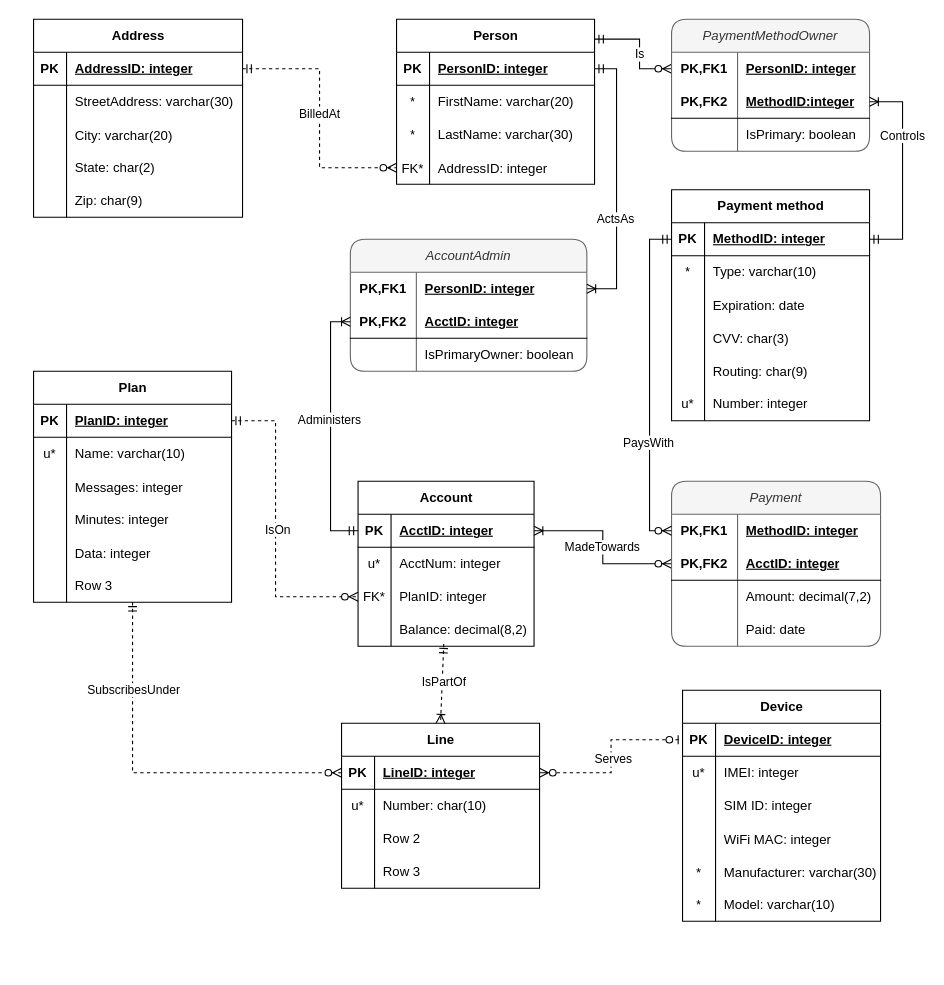
Above: cell-phone.drawio in phbrownacmorg/csc305fa26 (draw.io), before the change. Source tidied: cells renumbered, new cells numbered last; positions are measured from the earlier drawing's top-left corner, leaving out a move shared by most shapes. Both pictures are drawn from the tidied source at 110%, with x=0, y=0 at pixel (33, 19).
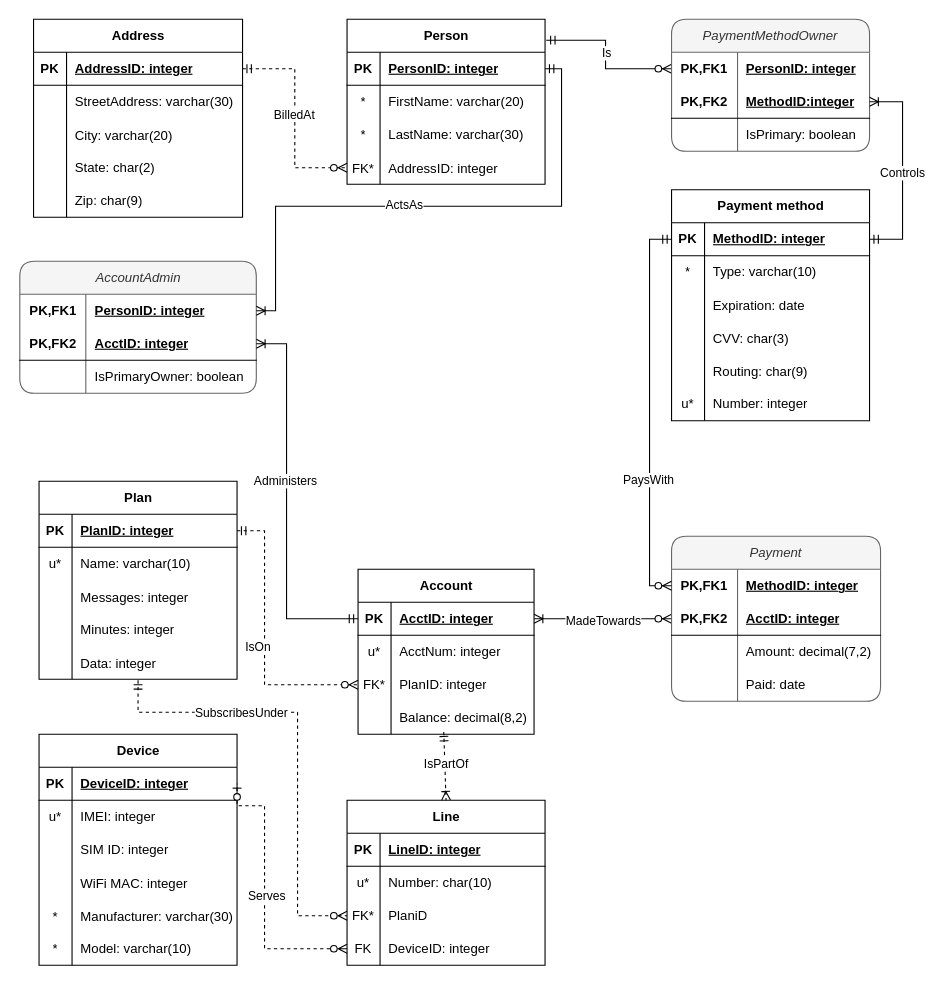
The same diagram, later.

Commit message (it also covers changes not shown here):
Setup for 10/8 class

The change refers to these unchanged cells:
```xml
<mxCell id="3" style="shape=tableRow;horizontal=0;startSize=0;swimlaneHead=0;swimlaneBody=0;fillColor=none;points=[[0,0.5],[1,0.5]];portConstraint=eastwest;top=0;left=0;right=0;bottom=1;" parent="2" vertex="1">
  <mxGeometry y="30" width="180" height="30" as="geometry" />
</mxCell>
<mxCell id="9" style="shape=tableRow;horizontal=0;startSize=0;swimlaneHead=0;swimlaneBody=0;fillColor=none;points=[[0,0.5],[1,0.5]];portConstraint=eastwest;top=0;left=0;right=0;bottom=0;" parent="2" vertex="1">
  <mxGeometry y="90" width="180" height="30" as="geometry" />
</mxCell>
<mxCell id="12" style="shape=tableRow;horizontal=0;startSize=0;swimlaneHead=0;swimlaneBody=0;fillColor=none;points=[[0,0.5],[1,0.5]];portConstraint=eastwest;top=0;left=0;right=0;bottom=0;" parent="2" vertex="1">
  <mxGeometry y="120" width="180" height="30" as="geometry" />
</mxCell>
<mxCell id="16" style="shape=tableRow;horizontal=0;startSize=0;swimlaneHead=0;swimlaneBody=0;fillColor=none;points=[[0,0.5],[1,0.5]];portConstraint=eastwest;top=0;left=0;right=0;bottom=1;" parent="15" vertex="1">
  <mxGeometry y="30" width="160" height="30" as="geometry" />
</mxCell>
<mxCell id="22" style="shape=tableRow;horizontal=0;startSize=0;swimlaneHead=0;swimlaneBody=0;fillColor=none;points=[[0,0.5],[1,0.5]];portConstraint=eastwest;top=0;left=0;right=0;bottom=0;" parent="15" vertex="1">
  <mxGeometry y="90" width="160" height="30" as="geometry" />
</mxCell>
<mxCell id="31" style="shape=tableRow;horizontal=0;startSize=0;swimlaneHead=0;swimlaneBody=0;fillColor=none;points=[[0,0.5],[1,0.5]];portConstraint=eastwest;top=0;left=0;right=0;bottom=1;" parent="30" vertex="1">
  <mxGeometry y="30" width="180" height="30" as="geometry" />
</mxCell>
<mxCell id="44" style="shape=tableRow;horizontal=0;startSize=0;swimlaneHead=0;swimlaneBody=0;fillColor=none;points=[[0,0.5],[1,0.5]];portConstraint=eastwest;top=0;left=0;right=0;bottom=1;" parent="43" vertex="1">
  <mxGeometry y="30" width="180" height="30" as="geometry" />
</mxCell>
<mxCell id="67" style="shape=tableRow;horizontal=0;startSize=0;swimlaneHead=0;swimlaneBody=0;fillColor=none;points=[[0,0.5],[1,0.5]];portConstraint=eastwest;top=0;left=0;right=0;bottom=1;" parent="66" vertex="1">
  <mxGeometry y="30" width="180" height="30" as="geometry" />
</mxCell>
<mxCell id="79" style="shape=tableRow;horizontal=0;startSize=0;swimlaneHead=0;swimlaneBody=0;fillColor=none;points=[[0,0.5],[1,0.5]];portConstraint=eastwest;top=0;left=0;right=0;bottom=0;" parent="66" vertex="1">
  <mxGeometry y="150" width="180" height="30" as="geometry" />
</mxCell>
<mxCell id="88" style="shape=tableRow;horizontal=0;startSize=0;swimlaneHead=0;swimlaneBody=0;fillColor=none;points=[[0,0.5],[1,0.5]];portConstraint=eastwest;top=0;left=0;right=0;bottom=1;" parent="87" vertex="1">
  <mxGeometry y="30" width="180" height="30" as="geometry" />
</mxCell>
<mxCell id="129" style="shape=tableRow;horizontal=0;startSize=0;swimlaneHead=0;swimlaneBody=0;fillColor=none;points=[[0,0.5],[1,0.5]];portConstraint=eastwest;top=0;left=0;right=0;bottom=0;html=1;" parent="128" vertex="1">
  <mxGeometry y="30" width="180" height="30" as="geometry" />
</mxCell>
<mxCell id="138" style="edgeStyle=entityRelationEdgeStyle;fontSize=12;html=1;endArrow=ERoneToMany;startArrow=ERmandOne;rounded=0;entryX=1;entryY=0.5;entryDx=0;entryDy=0;exitX=1;exitY=0.5;exitDx=0;exitDy=0;startFill=0;" parent="1" edge="1" source="44" target="132">
  <mxGeometry relative="1" as="geometry" />
</mxCell>
<mxCell id="141" style="shape=tableRow;horizontal=0;startSize=0;swimlaneHead=0;swimlaneBody=0;fillColor=none;points=[[0,0.5],[1,0.5]];portConstraint=eastwest;top=0;left=0;right=0;bottom=0;html=1;" parent="140" vertex="1">
  <mxGeometry y="30" width="215" height="30" as="geometry" />
</mxCell>
<mxCell id="144" style="shape=tableRow;horizontal=0;startSize=0;swimlaneHead=0;swimlaneBody=0;fillColor=none;points=[[0,0.5],[1,0.5]];portConstraint=eastwest;top=0;left=0;right=0;bottom=1;html=1;" parent="140" vertex="1">
  <mxGeometry y="60" width="215" height="30" as="geometry" />
</mxCell>
<mxCell id="155" style="shape=tableRow;horizontal=0;startSize=0;swimlaneHead=0;swimlaneBody=0;fillColor=none;points=[[0,0.5],[1,0.5]];portConstraint=eastwest;top=0;left=0;right=0;bottom=0;html=1;" parent="154" vertex="1">
  <mxGeometry y="30" width="190" height="30" as="geometry" />
</mxCell>
```

Change to the diagram source:
```diff
@@
     <mxCell id="2" value="Line" style="shape=table;startSize=30;childLayout=tableLayout;rowLines=0;fontStyle=1;align=center;html=1;" parent="1" vertex="1">
-      <mxGeometry x="280" y="640" width="180" height="150" as="geometry" />
+      <mxGeometry x="285" y="710" width="180" height="150" as="geometry" />
     </mxCell>
@@
-    <mxCell id="10" style="shape=partialRectangle;fillColor=none;top=0;left=0;bottom=0;right=0;overflow=hidden;whiteSpace=wrap;html=1;" parent="9" vertex="1">
+    <mxCell id="10" value="FK*" style="shape=partialRectangle;fillColor=none;top=0;left=0;bottom=0;right=0;overflow=hidden;whiteSpace=wrap;html=1;" parent="9" vertex="1">
       <mxGeometry width="30" height="30" as="geometry" />
     </mxCell>
-    <mxCell id="11" value="Row 2" style="shape=partialRectangle;fillColor=none;top=0;left=0;bottom=0;right=0;align=left;spacingLeft=6;overflow=hidden;whiteSpace=wrap;html=1;" parent="9" vertex="1">
+    <mxCell id="11" value="PlaniD" style="shape=partialRectangle;fillColor=none;top=0;left=0;bottom=0;right=0;align=left;spacingLeft=6;overflow=hidden;whiteSpace=wrap;html=1;" parent="9" vertex="1">
       <mxGeometry x="30" width="150" height="30" as="geometry" />
     </mxCell>
@@
-    <mxCell id="13" style="shape=partialRectangle;fillColor=none;top=0;left=0;bottom=0;right=0;overflow=hidden;whiteSpace=wrap;html=1;" parent="12" vertex="1">
+    <mxCell id="13" value="FK" style="shape=partialRectangle;fillColor=none;top=0;left=0;bottom=0;right=0;overflow=hidden;whiteSpace=wrap;html=1;" parent="12" vertex="1">
       <mxGeometry width="30" height="30" as="geometry" />
     </mxCell>
-    <mxCell id="14" value="Row 3" style="shape=partialRectangle;fillColor=none;top=0;left=0;bottom=0;right=0;align=left;spacingLeft=6;overflow=hidden;whiteSpace=wrap;html=1;" parent="12" vertex="1">
+    <mxCell id="14" value="DeviceID: integer" style="shape=partialRectangle;fillColor=none;top=0;left=0;bottom=0;right=0;align=left;spacingLeft=6;overflow=hidden;whiteSpace=wrap;html=1;" parent="12" vertex="1">
       <mxGeometry x="30" width="150" height="30" as="geometry" />
     </mxCell>
     <mxCell id="15" value="Account" style="shape=table;startSize=30;childLayout=tableLayout;rowLines=0;fontStyle=1;align=center;html=1;" parent="1" vertex="1">
-      <mxGeometry x="295" y="420" width="160" height="150" as="geometry" />
+      <mxGeometry x="295" y="500" width="160" height="150" as="geometry" />
     </mxCell>
@@
     <mxCell id="30" value="Person" style="shape=table;startSize=30;childLayout=tableLayout;rowLines=0;fontStyle=1;align=center;html=1;" parent="1" vertex="1">
-      <mxGeometry x="330" width="180" height="150" as="geometry" />
+      <mxGeometry x="285" width="180" height="150" as="geometry" />
     </mxCell>
@@
-    <mxCell id="64" style="fontSize=12;html=1;endArrow=ERmandOne;startArrow=ERzeroToMany;rounded=0;exitX=0;exitY=0.5;exitDx=0;exitDy=0;entryX=0.995;entryY=0.121;entryDx=0;entryDy=0;endFill=0;entryPerimeter=0;edgeStyle=orthogonalEdgeStyle;" parent="1" edge="1" source="129">
-      <mxGeometry relative="1" as="geometry">
-        <mxPoint x="510" y="18.1" as="targetPoint" />
+    <mxCell id="64" style="fontSize=12;html=1;endArrow=ERmandOne;startArrow=ERzeroToMany;rounded=0;exitX=0;exitY=0.5;exitDx=0;exitDy=0;entryX=1.006;entryY=0.127;entryDx=0;entryDy=0;endFill=0;entryPerimeter=0;edgeStyle=orthogonalEdgeStyle;" parent="1" edge="1" source="129" target="30">
+      <mxGeometry x="-0.31" relative="1" as="geometry">
         <Array as="points">
-          <mxPoint x="550.9" y="45" />
-          <mxPoint x="550.9" y="18.2" />
+          <mxPoint x="520" y="45" />
+          <mxPoint x="520" y="19.1" />
         </Array>
       </mxGeometry>
     </mxCell>
     <mxCell id="65" value="Is" style="edgeLabel;html=1;align=center;verticalAlign=middle;" parent="64" vertex="1">
-      <mxGeometry x="0.11" y="1" relative="1" as="geometry">
-        <mxPoint x="1" y="11" as="offset" />
+      <mxGeometry x="-0.23" y="1" relative="1" as="geometry">
+        <mxPoint x="-6" y="-16" as="offset" />
       </mxGeometry>
     </mxCell>
     <mxCell id="66" value="Plan" style="shape=table;startSize=30;childLayout=tableLayout;rowLines=0;fontStyle=1;align=center;html=1;" parent="1" vertex="1">
-      <mxGeometry y="320" width="180" height="210" as="geometry" />
+      <mxGeometry x="5" y="420" width="180" height="180" as="geometry" />
     </mxCell>
@@
-    <mxCell id="82" style="shape=tableRow;horizontal=0;startSize=0;swimlaneHead=0;swimlaneBody=0;fillColor=none;points=[[0,0.5],[1,0.5]];portConstraint=eastwest;top=0;left=0;right=0;bottom=0;" parent="66" vertex="1">
-      <mxGeometry y="180" width="180" height="30" as="geometry" />
-    </mxCell>
-    <mxCell id="83" style="shape=partialRectangle;fillColor=none;top=0;left=0;bottom=0;right=0;overflow=hidden;whiteSpace=wrap;html=1;" parent="82" vertex="1">
-      <mxGeometry width="30" height="30" as="geometry" />
-    </mxCell>
-    <mxCell id="84" value="Row 3" style="shape=partialRectangle;fillColor=none;top=0;left=0;bottom=0;right=0;align=left;spacingLeft=6;overflow=hidden;whiteSpace=wrap;html=1;" parent="82" vertex="1">
-      <mxGeometry x="30" width="150" height="30" as="geometry" />
-    </mxCell>
     <mxCell id="85" style="fontSize=12;html=1;endArrow=ERzeroToMany;startArrow=ERmandOne;rounded=0;exitX=1;exitY=0.5;exitDx=0;exitDy=0;entryX=0;entryY=0.5;entryDx=0;entryDy=0;dashed=1;edgeStyle=orthogonalEdgeStyle;" parent="1" edge="1" source="67" target="22">
       <mxGeometry relative="1" as="geometry">
         <Array as="points">
-          <mxPoint x="220" y="365" />
-          <mxPoint x="220" y="525" />
+          <mxPoint x="210" y="465" />
+          <mxPoint x="210" y="605" />
         </Array>
       </mxGeometry>
     </mxCell>
     <mxCell id="86" value="IsOn" style="edgeLabel;html=1;align=center;verticalAlign=middle;" parent="85" vertex="1">
-      <mxGeometry y="1" relative="1" as="geometry" />
+      <mxGeometry y="1" relative="1" as="geometry">
+        <mxPoint x="-8" y="5" as="offset" />
+      </mxGeometry>
     </mxCell>
     <mxCell id="87" value="Device" style="shape=table;startSize=30;childLayout=tableLayout;rowLines=0;fontStyle=1;align=center;html=1;" parent="1" vertex="1">
-      <mxGeometry x="590" y="610" width="180" height="210" as="geometry" />
+      <mxGeometry x="5" y="650" width="180" height="210" as="geometry" />
     </mxCell>
@@
-    <mxCell id="106" style="edgeStyle=orthogonalEdgeStyle;fontSize=12;html=1;endArrow=ERzeroToOne;startArrow=ERzeroToMany;rounded=0;entryX=0;entryY=0.5;entryDx=0;entryDy=0;exitX=1;exitY=0.5;exitDx=0;exitDy=0;startFill=0;dashed=1;" parent="1" edge="1" source="3" target="88">
-      <mxGeometry relative="1" as="geometry" />
+    <mxCell id="106" style="fontSize=12;html=1;endArrow=ERzeroToOne;startArrow=ERzeroToMany;rounded=0;entryX=1;entryY=0.5;entryDx=0;entryDy=0;exitX=0;exitY=0.5;exitDx=0;exitDy=0;startFill=0;dashed=1;edgeStyle=orthogonalEdgeStyle;" parent="1" edge="1" source="12" target="88">
+      <mxGeometry relative="1" as="geometry">
+        <Array as="points">
+          <mxPoint x="210" y="845" />
+          <mxPoint x="210" y="715" />
+        </Array>
+      </mxGeometry>
     </mxCell>
     <mxCell id="107" value="Serves" style="edgeLabel;html=1;align=center;verticalAlign=middle;" parent="106" vertex="1">
-      <mxGeometry x="-0.02" y="-1" relative="1" as="geometry" />
+      <mxGeometry x="-0.01" y="-1" relative="1" as="geometry" />
     </mxCell>
-    <mxCell id="108" style="edgeStyle=orthogonalEdgeStyle;fontSize=12;html=1;endArrow=ERzeroToMany;startArrow=ERmandOne;rounded=0;exitX=0.5;exitY=1;exitDx=0;exitDy=0;exitPerimeter=0;entryX=0;entryY=0.5;entryDx=0;entryDy=0;dashed=1;" parent="1" edge="1" source="82" target="3">
-      <mxGeometry relative="1" as="geometry" />
+    <mxCell id="108" style="fontSize=12;html=1;endArrow=ERzeroToMany;startArrow=ERmandOne;rounded=0;exitX=0.5;exitY=1.033;exitDx=0;exitDy=0;exitPerimeter=0;entryX=0;entryY=0.5;entryDx=0;entryDy=0;dashed=1;edgeStyle=orthogonalEdgeStyle;" parent="1" edge="1" source="79" target="9">
+      <mxGeometry x="0.11" relative="1" as="geometry">
+        <Array as="points">
+          <mxPoint x="95" y="630" />
+          <mxPoint x="240" y="630" />
+          <mxPoint x="240" y="815" />
+        </Array>
+      </mxGeometry>
     </mxCell>
     <mxCell id="109" value="SubscribesUnder" style="edgeLabel;html=1;align=center;verticalAlign=middle;" parent="108" vertex="1">
-      <mxGeometry x="-0.54" relative="1" as="geometry" />
+      <mxGeometry x="-0.49" relative="1" as="geometry">
+        <mxPoint x="20" as="offset" />
+      </mxGeometry>
     </mxCell>
@@
     <mxCell id="139" value="Controls" style="edgeLabel;html=1;align=center;verticalAlign=middle;" parent="138" vertex="1">
-      <mxGeometry x="0.35" y="1" relative="1" as="geometry" />
+      <mxGeometry x="0.35" y="1" relative="1" as="geometry">
+        <mxPoint y="34" as="offset" />
+      </mxGeometry>
     </mxCell>
     <mxCell id="140" value="&lt;span style=&quot;font-weight: normal;&quot;&gt;&lt;i&gt;AccountAdmin&lt;/i&gt;&lt;/span&gt;" style="shape=table;startSize=30;childLayout=tableLayout;rowLines=0;fontStyle=1;align=center;html=1;whiteSpace=wrap;fillColor=#f5f5f5;fontColor=#333333;strokeColor=#666666;rounded=1;" parent="1" vertex="1">
-      <mxGeometry x="288" y="200" width="215" height="120" as="geometry" />
+      <mxGeometry x="-12.5" y="220" width="215" height="120" as="geometry" />
     </mxCell>
@@
     <mxCell id="150" style="edgeStyle=orthogonalEdgeStyle;fontSize=12;html=1;endArrow=ERoneToMany;startArrow=ERmandOne;rounded=0;exitX=1;exitY=0.5;exitDx=0;exitDy=0;entryX=1;entryY=0.5;entryDx=0;entryDy=0;" parent="1" edge="1" source="31" target="141">
-      <mxGeometry relative="1" as="geometry">
+      <mxGeometry x="-0.2" relative="1" as="geometry">
         <Array as="points">
-          <mxPoint x="530" y="45" />
-          <mxPoint x="530" y="245" />
+          <mxPoint x="480" y="45" />
+          <mxPoint x="480" y="170" />
+          <mxPoint x="220" y="170" />
+          <mxPoint x="220" y="265" />
         </Array>
       </mxGeometry>
     </mxCell>
     <mxCell id="151" value="ActsAs" style="edgeLabel;html=1;align=center;verticalAlign=middle;" parent="150" vertex="1">
-      <mxGeometry x="0.26" y="-2" relative="1" as="geometry" />
+      <mxGeometry x="0.11" y="-2" relative="1" as="geometry" />
     </mxCell>
-    <mxCell id="152" style="fontSize=12;html=1;endArrow=ERoneToMany;startArrow=ERmandOne;rounded=0;exitX=0;exitY=0.5;exitDx=0;exitDy=0;entryX=0;entryY=0.5;entryDx=0;entryDy=0;edgeStyle=orthogonalEdgeStyle;" parent="1" edge="1" source="16" target="144">
-      <mxGeometry relative="1" as="geometry">
+    <mxCell id="152" style="fontSize=12;html=1;endArrow=ERoneToMany;startArrow=ERmandOne;rounded=0;exitX=0;exitY=0.5;exitDx=0;exitDy=0;entryX=1;entryY=0.5;entryDx=0;entryDy=0;edgeStyle=orthogonalEdgeStyle;" parent="1" edge="1" source="16" target="144">
+      <mxGeometry x="0.75" relative="1" as="geometry">
         <Array as="points">
-          <mxPoint x="270" y="465" />
-          <mxPoint x="270" y="275" />
+          <mxPoint x="230" y="545" />
+          <mxPoint x="230" y="295" />
         </Array>
       </mxGeometry>
     </mxCell>
     <mxCell id="153" value="Administers" style="edgeLabel;html=1;align=center;verticalAlign=middle;" parent="152" vertex="1">
-      <mxGeometry x="0.09" y="2" relative="1" as="geometry" />
+      <mxGeometry x="0.26" y="2" relative="1" as="geometry">
+        <mxPoint y="25" as="offset" />
+      </mxGeometry>
     </mxCell>
     <mxCell id="154" value="&lt;span style=&quot;font-weight: normal;&quot;&gt;&lt;i&gt;Payment&lt;/i&gt;&lt;/span&gt;" style="shape=table;startSize=30;childLayout=tableLayout;rowLines=0;fontStyle=1;align=center;html=1;whiteSpace=wrap;fillColor=#f5f5f5;fontColor=#333333;strokeColor=#666666;rounded=1;" parent="1" vertex="1">
-      <mxGeometry x="580" y="420" width="190" height="150" as="geometry" />
+      <mxGeometry x="580" y="470" width="190" height="150" as="geometry" />
     </mxCell>
@@
     <mxCell id="167" style="fontSize=12;html=1;endArrow=ERzeroToMany;startArrow=ERmandOne;rounded=0;entryX=0;entryY=0.5;entryDx=0;entryDy=0;exitX=0;exitY=0.5;exitDx=0;exitDy=0;edgeStyle=orthogonalEdgeStyle;" parent="1" edge="1" source="44" target="155">
       <mxGeometry relative="1" as="geometry">
         <Array as="points">
           <mxPoint x="560" y="200" />
-          <mxPoint x="560" y="465" />
+          <mxPoint x="560" y="515" />
         </Array>
       </mxGeometry>
     </mxCell>
```
